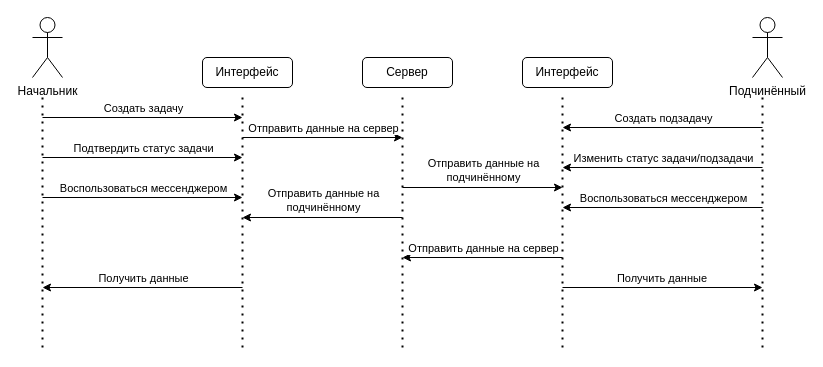
The draw.io diagram Диаграмма без названия33.drawio in Ivanychka007/Macet1, before the edit. Source tidied: cells renumbered, new cells numbered last; positions are measured from the earlier drawing's top-left corner, leaving out a move shared by most shapes. Both pictures are drawn from the tidied source at 100%, with x=0, y=0 at pixel (32, 17).
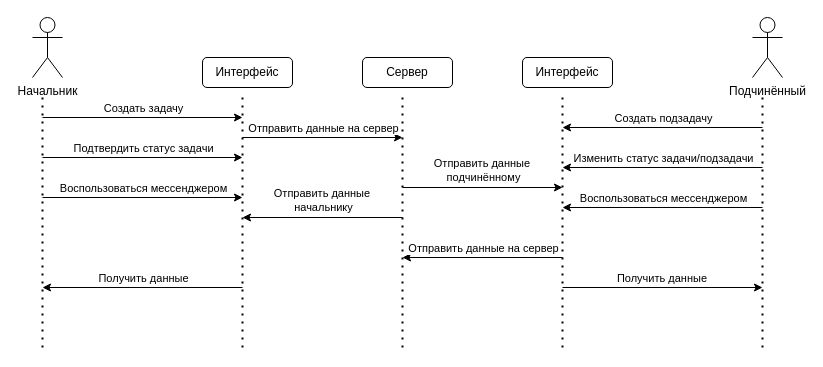
Above is the later version.

The change refers to these unchanged cells:
```xml
<mxCell id="26" style="endArrow=classic;html=1;rounded=0;" parent="1" edge="1">
  <mxGeometry relative="1" as="geometry">
    <mxPoint x="370" y="170" as="sourcePoint" />
    <mxPoint x="530" y="170" as="targetPoint" />
  </mxGeometry>
</mxCell>
<mxCell id="30" style="endArrow=classic;html=1;rounded=0;" parent="1" edge="1">
  <mxGeometry relative="1" as="geometry">
    <mxPoint x="370" y="200" as="sourcePoint" />
    <mxPoint x="210" y="200" as="targetPoint" />
  </mxGeometry>
</mxCell>
```

Change to the diagram source:
```diff
@@
-    <mxCell id="27" value="Отправить данные на &lt;br&gt;подчинённому" style="edgeLabel;html=1;align=center;verticalAlign=middle;" parent="26" vertex="1">
+    <mxCell id="27" value="Отправить данные&amp;nbsp;&lt;br&gt;подчинённому" style="edgeLabel;html=1;align=center;verticalAlign=middle;" parent="26" vertex="1">
       <mxGeometry relative="1" as="geometry">
         <mxPoint y="-18" as="offset" />
       </mxGeometry>
     </mxCell>
@@
-    <mxCell id="31" value="Отправить данные на &lt;br&gt;подчинённому" style="edgeLabel;html=1;align=center;verticalAlign=middle;" parent="30" vertex="1">
+    <mxCell id="31" value="Отправить данные&amp;nbsp;&lt;br&gt;начальнику" style="edgeLabel;html=1;align=center;verticalAlign=middle;" parent="30" vertex="1">
       <mxGeometry relative="1" as="geometry">
         <mxPoint y="-18" as="offset" />
       </mxGeometry>
     </mxCell>
```
